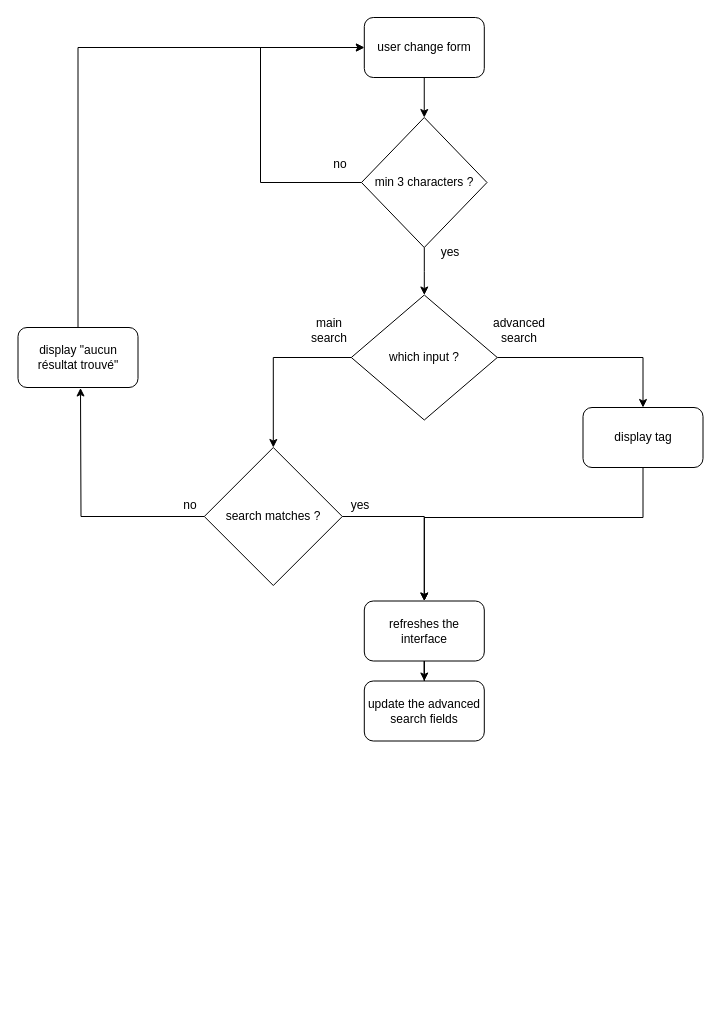
Earlier version of the draw.io diagram algorigramme programmation fonctionnelle.drawio (madelineGrammatico/Les_Petits_Plats). Source tidied: cells renumbered, new cells numbered last; positions are measured from the earlier drawing's top-left corner, leaving out a move shared by most shapes. Both pictures are drawn from the tidied source at 100%, with x=0, y=0 at pixel (18, 17).
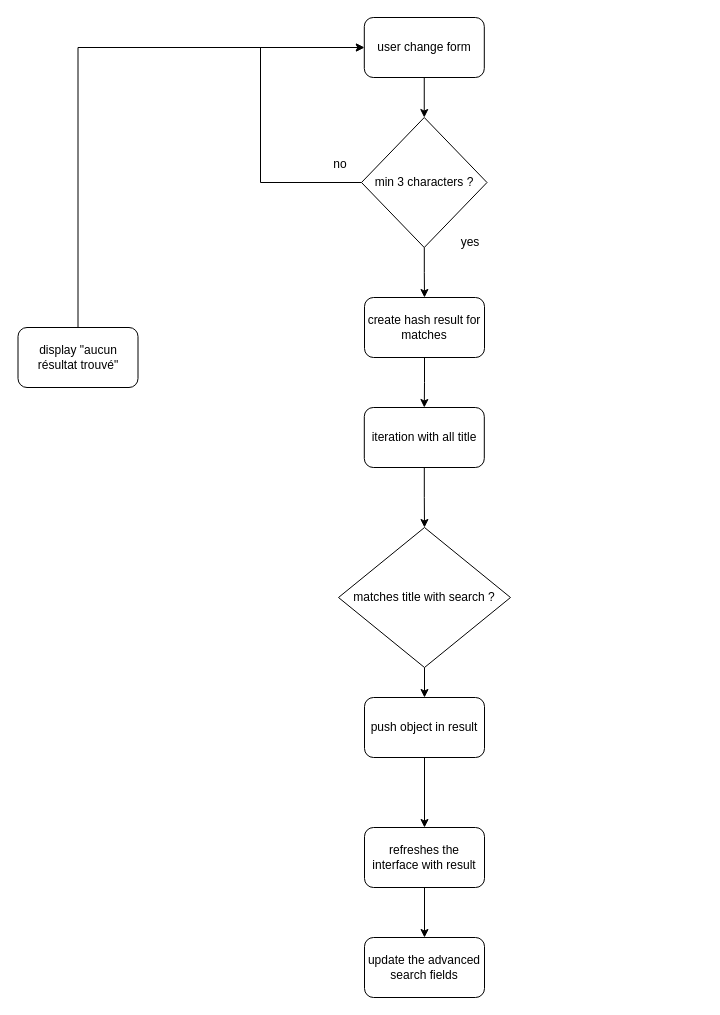
After the change.

The change refers to these unchanged cells:
```xml
<mxCell id="4" value="min 3 characters ? " style="rhombus;whiteSpace=wrap;html=1;" parent="1" vertex="1">
  <mxGeometry x="343" y="100" width="125.5" height="130" as="geometry" />
</mxCell>
```

Diff of the diagram source:
```diff
@@
-    <mxCell id="3" style="edgeStyle=orthogonalEdgeStyle;rounded=0;jettySize=auto;html=1;" parent="1" edge="1" source="4" target="21">
-      <mxGeometry relative="1" as="geometry" />
-    </mxCell>
+    <mxCell id="26" style="edgeStyle=orthogonalEdgeStyle;rounded=0;jettySize=auto;html=1;entryX=0.5;entryY=0;entryDx=0;entryDy=0;" parent="1" edge="1" source="4" target="28">
+      <mxGeometry relative="1" as="geometry" />
+    </mxCell>
@@
-    <mxCell id="7" style="edgeStyle=orthogonalEdgeStyle;rounded=0;jettySize=auto;html=1;entryX=0.5;entryY=0;entryDx=0;entryDy=0;" parent="1" edge="1" source="9" target="12">
-      <mxGeometry relative="1" as="geometry" />
-    </mxCell>
-    <mxCell id="8" style="edgeStyle=orthogonalEdgeStyle;rounded=0;jettySize=auto;html=1;entryX=0.5;entryY=1;entryDx=0;entryDy=0;" parent="1" edge="1" source="9">
-      <mxGeometry relative="1" as="geometry">
-        <mxPoint x="62" y="370.5" as="targetPoint" />
-      </mxGeometry>
-    </mxCell>
-    <mxCell id="9" value="search matches ?" style="rhombus;whiteSpace=wrap;html=1;" parent="1" vertex="1">
-      <mxGeometry x="185.8" y="430" width="138" height="138" as="geometry" />
-    </mxCell>
     <mxCell id="10" value="yes" style="text;html=1;strokeColor=none;fillColor=none;align=center;verticalAlign=middle;whiteSpace=wrap;rounded=0;" parent="1" vertex="1">
-      <mxGeometry x="402" y="220" width="60" height="30" as="geometry" />
+      <mxGeometry x="422" y="210" width="60" height="30" as="geometry" />
     </mxCell>
@@
-    <mxCell id="12" value="refreshes the interface" style="rounded=1;whiteSpace=wrap;html=1;" parent="1" vertex="1">
-      <mxGeometry x="345.8" y="583.5" width="120" height="60" as="geometry" />
+    <mxCell id="12" value="refreshes the interface with result" style="rounded=1;whiteSpace=wrap;html=1;" parent="1" vertex="1">
+      <mxGeometry x="346" y="810" width="120" height="60" as="geometry" />
     </mxCell>
     <mxCell id="13" value="update the advanced search fields" style="rounded=1;whiteSpace=wrap;html=1;" parent="1" vertex="1">
-      <mxGeometry x="345.8" y="663.5" width="120" height="60" as="geometry" />
+      <mxGeometry x="346" y="920" width="120" height="60" as="geometry" />
     </mxCell>
-    <mxCell id="14" style="edgeStyle=orthogonalEdgeStyle;rounded=0;jettySize=auto;html=1;entryX=0.5;entryY=0;entryDx=0;entryDy=0;" parent="1" edge="1" source="15" target="12">
-      <mxGeometry relative="1" as="geometry">
-        <Array as="points">
-          <mxPoint x="625" y="500" />
-          <mxPoint x="406" y="500" />
-        </Array>
-      </mxGeometry>
-    </mxCell>
-    <mxCell id="15" value="display tag" style="rounded=1;whiteSpace=wrap;html=1;" parent="1" vertex="1">
-      <mxGeometry x="564.5" y="390" width="120" height="60" as="geometry" />
-    </mxCell>
@@
-    <mxCell id="19" style="edgeStyle=orthogonalEdgeStyle;rounded=0;jettySize=auto;html=1;entryX=0.5;entryY=0;entryDx=0;entryDy=0;" parent="1" edge="1" source="21" target="15">
-      <mxGeometry relative="1" as="geometry" />
-    </mxCell>
-    <mxCell id="20" style="edgeStyle=orthogonalEdgeStyle;rounded=0;jettySize=auto;html=1;entryX=0.5;entryY=0;entryDx=0;entryDy=0;" parent="1" edge="1" source="21" target="9">
-      <mxGeometry relative="1" as="geometry" />
-    </mxCell>
-    <mxCell id="21" value="which input ?" style="rhombus;whiteSpace=wrap;html=1;" parent="1" vertex="1">
-      <mxGeometry x="332.8" y="277.5" width="146" height="125" as="geometry" />
-    </mxCell>
-    <mxCell id="22" value="main search" style="text;html=1;strokeColor=none;fillColor=none;align=center;verticalAlign=middle;whiteSpace=wrap;rounded=0;" parent="1" vertex="1">
-      <mxGeometry x="281" y="297.5" width="60" height="30" as="geometry" />
-    </mxCell>
-    <mxCell id="23" value="advanced search" style="text;html=1;strokeColor=none;fillColor=none;align=center;verticalAlign=middle;whiteSpace=wrap;rounded=0;" parent="1" vertex="1">
-      <mxGeometry x="470.5" y="297.5" width="60" height="30" as="geometry" />
-    </mxCell>
-    <mxCell id="24" value="yes" style="text;html=1;strokeColor=none;fillColor=none;align=center;verticalAlign=middle;whiteSpace=wrap;rounded=0;" parent="1" vertex="1">
-      <mxGeometry x="312" y="473" width="60" height="30" as="geometry" />
-    </mxCell>
-    <mxCell id="25" value="no" style="text;html=1;strokeColor=none;fillColor=none;align=center;verticalAlign=middle;whiteSpace=wrap;rounded=0;" parent="1" vertex="1">
-      <mxGeometry x="142" y="473" width="60" height="30" as="geometry" />
-    </mxCell>
+    <mxCell id="27" style="edgeStyle=orthogonalEdgeStyle;rounded=0;jettySize=auto;html=1;entryX=0.5;entryY=0;entryDx=0;entryDy=0;" parent="1" edge="1" source="28" target="30">
+      <mxGeometry relative="1" as="geometry" />
+    </mxCell>
+    <mxCell id="28" value="create hash result for matches" style="rounded=1;whiteSpace=wrap;html=1;" parent="1" vertex="1">
+      <mxGeometry x="346" y="280" width="120" height="60" as="geometry" />
+    </mxCell>
+    <mxCell id="29" style="edgeStyle=orthogonalEdgeStyle;rounded=0;jettySize=auto;html=1;" parent="1" edge="1" source="30" target="32">
+      <mxGeometry relative="1" as="geometry" />
+    </mxCell>
+    <mxCell id="30" value="iteration with all title" style="rounded=1;whiteSpace=wrap;html=1;" parent="1" vertex="1">
+      <mxGeometry x="345.8" y="390" width="120" height="60" as="geometry" />
+    </mxCell>
+    <mxCell id="31" style="edgeStyle=orthogonalEdgeStyle;rounded=0;jettySize=auto;html=1;entryX=0.5;entryY=0;entryDx=0;entryDy=0;" parent="1" edge="1" source="32" target="34">
+      <mxGeometry relative="1" as="geometry" />
+    </mxCell>
+    <mxCell id="32" value="matches title with search ?" style="rhombus;whiteSpace=wrap;html=1;" parent="1" vertex="1">
+      <mxGeometry x="320" y="510" width="172" height="140" as="geometry" />
+    </mxCell>
+    <mxCell id="33" style="edgeStyle=orthogonalEdgeStyle;rounded=0;jettySize=auto;html=1;entryX=0.5;entryY=0;entryDx=0;entryDy=0;" parent="1" edge="1" source="34" target="12">
+      <mxGeometry relative="1" as="geometry" />
+    </mxCell>
+    <mxCell id="34" value="push object in result" style="rounded=1;whiteSpace=wrap;html=1;" parent="1" vertex="1">
+      <mxGeometry x="346" y="680" width="120" height="60" as="geometry" />
+    </mxCell>
```
